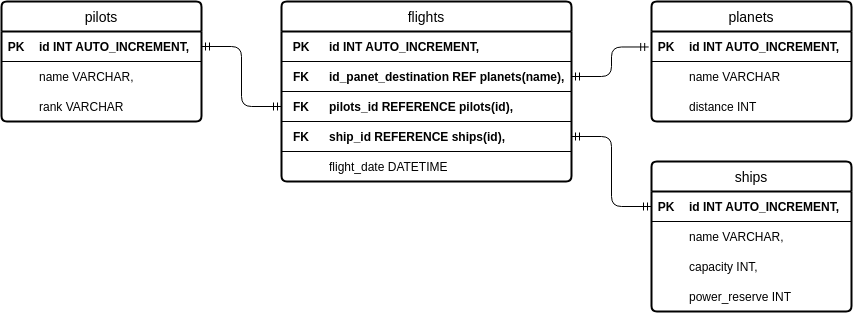
This is Task_1_cosmoport.png from Kolesa-Education/kolesa-upgrade-homework-4, a draw.io export, as it was before one commit. Source tidied: cells renumbered, new cells last; positions are measured from the earlier drawing's top-left corner, leaving out a move shared by most shapes.
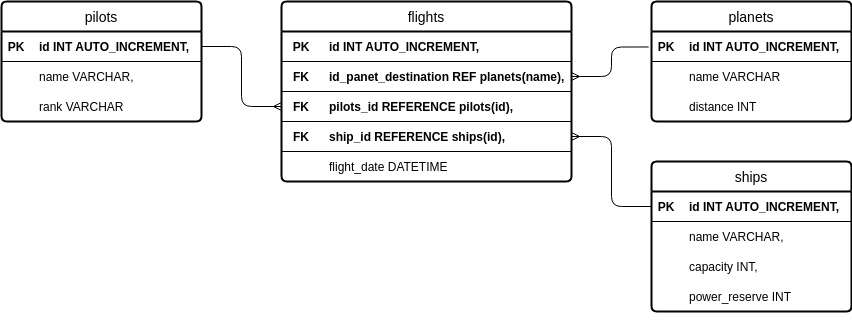
Later version of the same file.

The edit, as a diff of the source:
```diff
@@ -176,13 +176,13 @@
     <mxCell id="59" style="edgeStyle=none;shape=connector;rounded=1;jettySize=auto;html=1;exitX=0.75;exitY=1;exitDx=0;exitDy=0;labelBackgroundColor=default;strokeColor=default;fontFamily=Helvetica;fontSize=12;fontColor=default;endArrow=ERmandOne;endFill=0;" parent="41" edge="1" source="41" target="42">
       <mxGeometry relative="1" as="geometry" />
     </mxCell>
+    <mxCell id="61" style="edgeStyle=orthogonalEdgeStyle;shape=connector;rounded=1;jettySize=auto;html=1;entryX=-0.014;entryY=0.516;entryDx=0;entryDy=0;entryPerimeter=0;labelBackgroundColor=default;strokeColor=default;fontFamily=Helvetica;fontSize=12;fontColor=default;startArrow=ERmany;startFill=0;endArrow=none;endFill=0;" parent="1" edge="1" source="46" target="19">
+      <mxGeometry relative="1" as="geometry" />
+    </mxCell>
-    <mxCell id="60" style="edgeStyle=orthogonalEdgeStyle;shape=connector;rounded=1;jettySize=auto;html=1;entryX=1;entryY=0.5;entryDx=0;entryDy=0;labelBackgroundColor=default;strokeColor=default;fontFamily=Helvetica;fontSize=12;fontColor=default;endArrow=ERmandOne;endFill=0;startArrow=ERmandOne;startFill=0;" parent="1" edge="1" source="5" target="52">
+    <mxCell id="60" style="edgeStyle=orthogonalEdgeStyle;shape=connector;rounded=1;jettySize=auto;html=1;labelBackgroundColor=default;strokeColor=default;fontFamily=Helvetica;fontSize=12;fontColor=default;endArrow=none;endFill=0;startArrow=ERmany;startFill=0;exitX=1;exitY=0.5;exitDx=0;exitDy=0;" parent="1" edge="1" source="52" target="5">
       <mxGeometry relative="1" as="geometry" />
     </mxCell>
-    <mxCell id="61" style="edgeStyle=orthogonalEdgeStyle;shape=connector;rounded=1;jettySize=auto;html=1;entryX=-0.014;entryY=0.516;entryDx=0;entryDy=0;entryPerimeter=0;labelBackgroundColor=default;strokeColor=default;fontFamily=Helvetica;fontSize=12;fontColor=default;startArrow=ERmandOne;startFill=0;endArrow=ERmandOne;endFill=0;" parent="1" edge="1" source="46" target="19">
-      <mxGeometry relative="1" as="geometry" />
-    </mxCell>
-    <mxCell id="62" style="edgeStyle=orthogonalEdgeStyle;shape=connector;rounded=1;jettySize=auto;html=1;entryX=0;entryY=0.5;entryDx=0;entryDy=0;labelBackgroundColor=default;strokeColor=default;fontFamily=Helvetica;fontSize=12;fontColor=default;startArrow=ERmandOne;startFill=0;endArrow=ERmandOne;endFill=0;" parent="1" edge="1" source="31" target="49">
+    <mxCell id="62" style="edgeStyle=orthogonalEdgeStyle;shape=connector;rounded=1;jettySize=auto;html=1;labelBackgroundColor=default;strokeColor=default;fontFamily=Helvetica;fontSize=12;fontColor=default;startArrow=ERmany;startFill=0;endArrow=none;endFill=0;exitX=0;exitY=0.5;exitDx=0;exitDy=0;" parent="1" edge="1" source="49" target="31">
       <mxGeometry relative="1" as="geometry" />
     </mxCell>
   </root>
```
